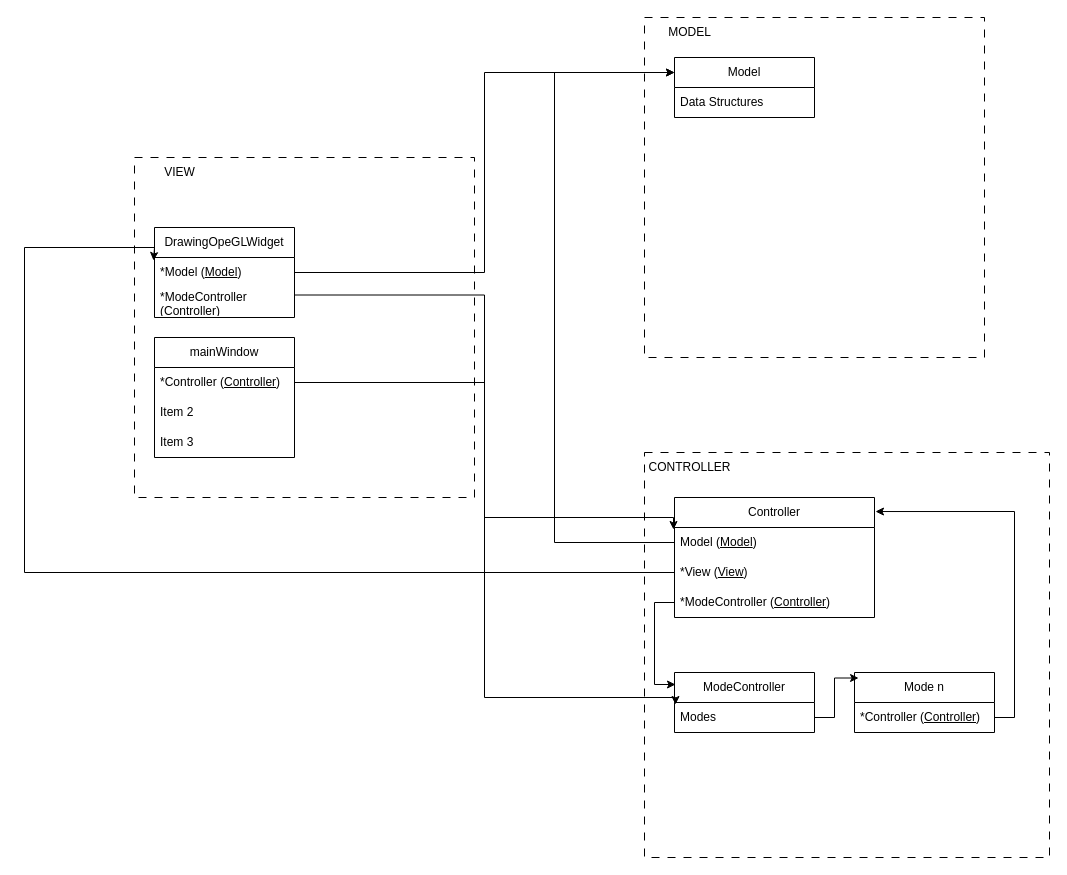
The draw.io diagram docs/Architecture/MVC-Client.drawio in A1Minx/DAvinCi, before the edit. Source tidied: cells renumbered, new cells numbered last; positions are measured from the earlier drawing's top-left corner, leaving out a move shared by most shapes. Both pictures are drawn from the tidied source at 100%, with x=0, y=0 at pixel (24, 17).
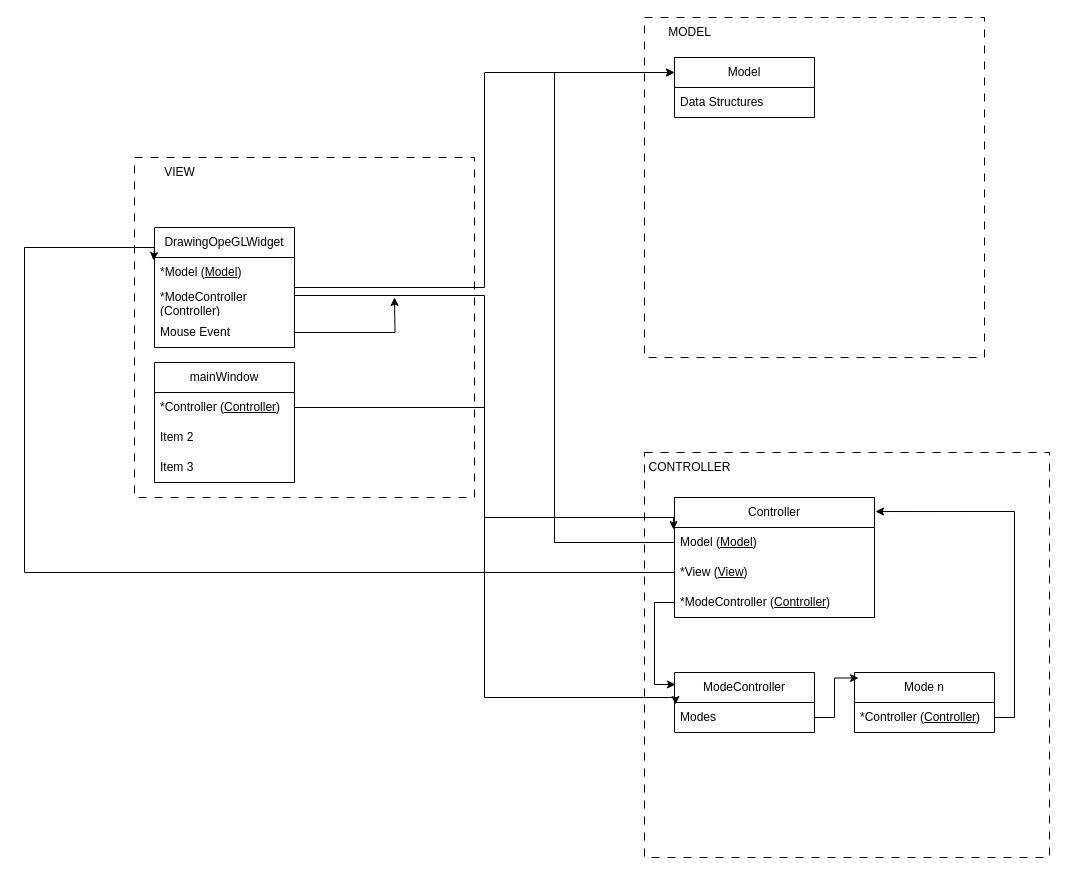
The same page after the edit.

The change refers to these unchanged cells:
```xml
<mxCell id="12" value="Model (&lt;u&gt;Model&lt;/u&gt;)" style="text;strokeColor=none;fillColor=none;align=left;verticalAlign=middle;spacingLeft=4;spacingRight=4;overflow=hidden;points=[[0,0.5],[1,0.5]];portConstraint=eastwest;whiteSpace=wrap;html=1;" parent="11" vertex="1">
  <mxGeometry y="30" width="200" height="30" as="geometry" />
</mxCell>
<mxCell id="28" value="*Controller (&lt;u&gt;Controller&lt;/u&gt;)" style="text;strokeColor=none;fillColor=none;align=left;verticalAlign=middle;spacingLeft=4;spacingRight=4;overflow=hidden;points=[[0,0.5],[1,0.5]];portConstraint=eastwest;whiteSpace=wrap;html=1;" parent="27" vertex="1">
  <mxGeometry y="30" width="140" height="30" as="geometry" />
</mxCell>
```

Diff of the diagram source:
```diff
@@
     <mxCell id="4" value="DrawingOpeGLWidget" style="swimlane;fontStyle=0;horizontal=1;startSize=30;whiteSpace=wrap;html=1;" parent="1" vertex="1">
-      <mxGeometry x="130" y="210" width="140" height="90" as="geometry" />
+      <mxGeometry x="130" y="210" width="140" height="120" as="geometry" />
     </mxCell>
@@
+    <mxCell id="33" style="edgeStyle=orthogonalEdgeStyle;rounded=0;jettySize=auto;html=1;exitX=1;exitY=0.5;exitDx=0;exitDy=0;" parent="4" edge="1" source="34">
+      <mxGeometry relative="1" as="geometry">
+        <mxPoint x="240" y="70" as="targetPoint" />
+      </mxGeometry>
+    </mxCell>
+    <mxCell id="34" value="Mouse Event" style="text;strokeColor=none;fillColor=none;align=left;verticalAlign=middle;spacingLeft=4;spacingRight=4;overflow=hidden;points=[[0,0.5],[1,0.5]];portConstraint=eastwest;whiteSpace=wrap;html=1;" parent="4" vertex="1">
+      <mxGeometry y="90" width="140" height="30" as="geometry" />
+    </mxCell>
@@
     <mxCell id="27" value="mainWindow " style="swimlane;fontStyle=0;horizontal=1;startSize=30;whiteSpace=wrap;html=1;" parent="1" vertex="1">
-      <mxGeometry x="130" y="320" width="140" height="120" as="geometry" />
+      <mxGeometry x="130" y="345" width="140" height="120" as="geometry" />
     </mxCell>
@@
     <mxCell id="31" style="edgeStyle=orthogonalEdgeStyle;rounded=0;jettySize=auto;html=1;exitX=1;exitY=0.5;exitDx=0;exitDy=0;entryX=-0.005;entryY=0.067;entryDx=0;entryDy=0;entryPerimeter=0;" parent="1" edge="1" source="28" target="12">
       <mxGeometry relative="1" as="geometry">
         <Array as="points">
-          <mxPoint x="460" y="365" />
+          <mxPoint x="460" y="390" />
           <mxPoint x="460" y="500" />
           <mxPoint x="649" y="500" />
         </Array>
       </mxGeometry>
     </mxCell>
```
